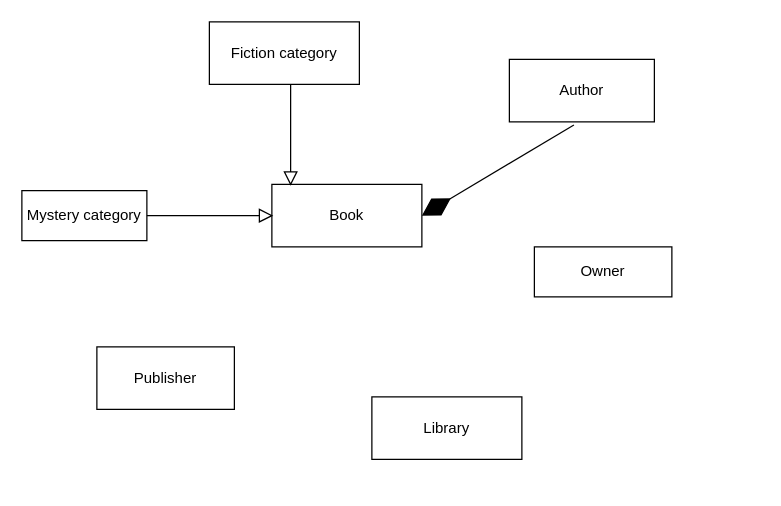
This is question3.drawio from abby18abby/week-2-class-diagram, a draw.io file, before an edit. Source tidied: cells renumbered, new cells numbered last; positions are measured from the earlier drawing's top-left corner, leaving out a move shared by most shapes. Both pictures are drawn from the tidied source at 125%, with x=0, y=0 at pixel (21, 21).
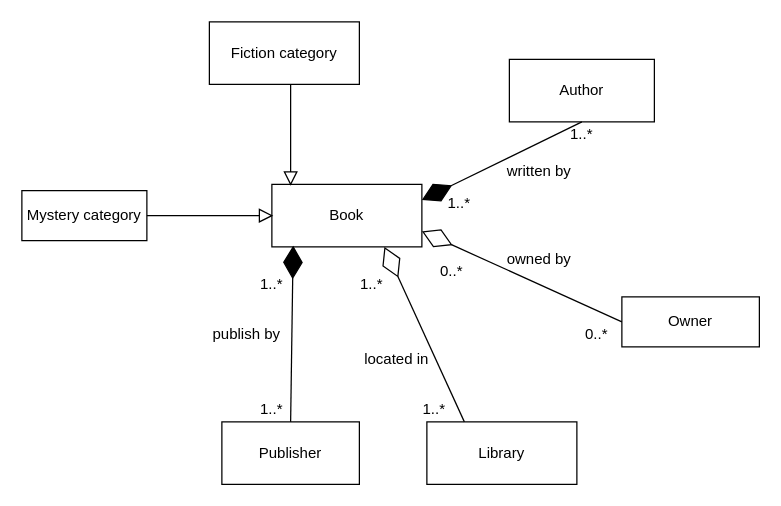
Above is the later version.

Unchanged cells that the change refers to:
```xml
<mxCell id="3" value="Author" style="rounded=0;whiteSpace=wrap;html=1;" parent="1" vertex="1">
  <mxGeometry x="390" y="30" width="116" height="50" as="geometry" />
</mxCell>
<mxCell id="7" value="Book" style="rounded=0;whiteSpace=wrap;html=1;" parent="1" vertex="1">
  <mxGeometry x="200" y="130" width="120" height="50" as="geometry" />
</mxCell>
```

What changed in the source:
```diff
@@
     <mxCell id="2" value="Owner" style="rounded=0;whiteSpace=wrap;html=1;" parent="1" vertex="1">
-      <mxGeometry x="410" y="180" width="110" height="40" as="geometry" />
+      <mxGeometry x="480" y="220" width="110" height="40" as="geometry" />
     </mxCell>
@@
     <mxCell id="4" value="Library" style="rounded=0;whiteSpace=wrap;html=1;" parent="1" vertex="1">
-      <mxGeometry x="280" y="300" width="120" height="50" as="geometry" />
+      <mxGeometry x="324" y="320" width="120" height="50" as="geometry" />
     </mxCell>
     <mxCell id="5" value="Publisher" style="rounded=0;whiteSpace=wrap;html=1;" parent="1" vertex="1">
-      <mxGeometry x="60" y="260" width="110" height="50" as="geometry" />
+      <mxGeometry x="160" y="320" width="110" height="50" as="geometry" />
     </mxCell>
@@
-    <mxCell id="13" style="endArrow=diamondThin;endFill=1;endSize=24;html=1;entryX=1;entryY=0.5;entryDx=0;entryDy=0;exitX=0.445;exitY=1.05;exitDx=0;exitDy=0;exitPerimeter=0;" parent="1" edge="1" source="3" target="7">
+    <mxCell id="13" style="endArrow=diamondThin;endFill=1;endSize=24;html=1;entryX=1;entryY=0.25;entryDx=0;entryDy=0;exitX=0.5;exitY=0;exitDx=0;exitDy=0;" parent="1" edge="1" source="24" target="7">
       <mxGeometry relative="1" as="geometry" />
     </mxCell>
+    <mxCell id="14" style="endArrow=diamondThin;endFill=1;endSize=24;html=1;exitX=0.5;exitY=0;exitDx=0;exitDy=0;entryX=0.142;entryY=0.98;entryDx=0;entryDy=0;entryPerimeter=0;" parent="1" edge="1" source="5" target="7">
+      <mxGeometry relative="1" as="geometry" />
+    </mxCell>
+    <mxCell id="15" style="endArrow=diamondThin;endFill=0;endSize=24;html=1;exitX=0.25;exitY=0;exitDx=0;exitDy=0;entryX=0.75;entryY=1;entryDx=0;entryDy=0;" parent="1" edge="1" source="4" target="7">
+      <mxGeometry relative="1" as="geometry" />
+    </mxCell>
+    <mxCell id="16" style="endArrow=diamondThin;endFill=0;endSize=24;html=1;exitX=0;exitY=0.5;exitDx=0;exitDy=0;entryX=1;entryY=0.75;entryDx=0;entryDy=0;" parent="1" edge="1" source="2" target="7">
+      <mxGeometry relative="1" as="geometry" />
+    </mxCell>
+    <mxCell id="17" value="publish by" style="text;html=1;strokeColor=none;fillColor=none;align=center;verticalAlign=middle;whiteSpace=wrap;rounded=0;" parent="1" vertex="1">
+      <mxGeometry x="150" y="240" width="60" height="20" as="geometry" />
+    </mxCell>
+    <mxCell id="18" value="1..*" style="text;html=1;strokeColor=none;fillColor=none;align=center;verticalAlign=middle;whiteSpace=wrap;rounded=0;" parent="1" vertex="1">
+      <mxGeometry x="180" y="200" width="40" height="20" as="geometry" />
+    </mxCell>
+    <mxCell id="19" value="1..*" style="text;html=1;strokeColor=none;fillColor=none;align=center;verticalAlign=middle;whiteSpace=wrap;rounded=0;" parent="1" vertex="1">
+      <mxGeometry x="180" y="300" width="40" height="20" as="geometry" />
+    </mxCell>
+    <mxCell id="20" value="located in" style="text;html=1;strokeColor=none;fillColor=none;align=center;verticalAlign=middle;whiteSpace=wrap;rounded=0;" parent="1" vertex="1">
+      <mxGeometry x="270" y="260" width="60" height="20" as="geometry" />
+    </mxCell>
+    <mxCell id="21" value="1..*" style="text;html=1;strokeColor=none;fillColor=none;align=center;verticalAlign=middle;whiteSpace=wrap;rounded=0;" parent="1" vertex="1">
+      <mxGeometry x="310" y="300" width="40" height="20" as="geometry" />
+    </mxCell>
+    <mxCell id="22" value="1..*" style="text;html=1;strokeColor=none;fillColor=none;align=center;verticalAlign=middle;whiteSpace=wrap;rounded=0;" parent="1" vertex="1">
+      <mxGeometry x="260" y="200" width="40" height="20" as="geometry" />
+    </mxCell>
+    <mxCell id="23" value="1..*" style="text;html=1;strokeColor=none;fillColor=none;align=center;verticalAlign=middle;whiteSpace=wrap;rounded=0;" parent="1" vertex="1">
+      <mxGeometry x="330" y="135" width="40" height="20" as="geometry" />
+    </mxCell>
+    <mxCell id="24" value="1..*" style="text;html=1;strokeColor=none;fillColor=none;align=center;verticalAlign=middle;whiteSpace=wrap;rounded=0;" parent="1" vertex="1">
+      <mxGeometry x="428" y="80" width="40" height="20" as="geometry" />
+    </mxCell>
+    <mxCell id="25" value="written by" style="text;html=1;strokeColor=none;fillColor=none;align=center;verticalAlign=middle;whiteSpace=wrap;rounded=0;" parent="1" vertex="1">
+      <mxGeometry x="384" y="110" width="60" height="20" as="geometry" />
+    </mxCell>
+    <mxCell id="26" value="0..*" style="text;html=1;strokeColor=none;fillColor=none;align=center;verticalAlign=middle;whiteSpace=wrap;rounded=0;" parent="1" vertex="1">
+      <mxGeometry x="440" y="240" width="40" height="20" as="geometry" />
+    </mxCell>
+    <mxCell id="27" value="0..*" style="text;html=1;strokeColor=none;fillColor=none;align=center;verticalAlign=middle;whiteSpace=wrap;rounded=0;" parent="1" vertex="1">
+      <mxGeometry x="324" y="190" width="40" height="20" as="geometry" />
+    </mxCell>
+    <mxCell id="28" value="owned by" style="text;html=1;strokeColor=none;fillColor=none;align=center;verticalAlign=middle;whiteSpace=wrap;rounded=0;" parent="1" vertex="1">
+      <mxGeometry x="384" y="180" width="60" height="20" as="geometry" />
+    </mxCell>
```
